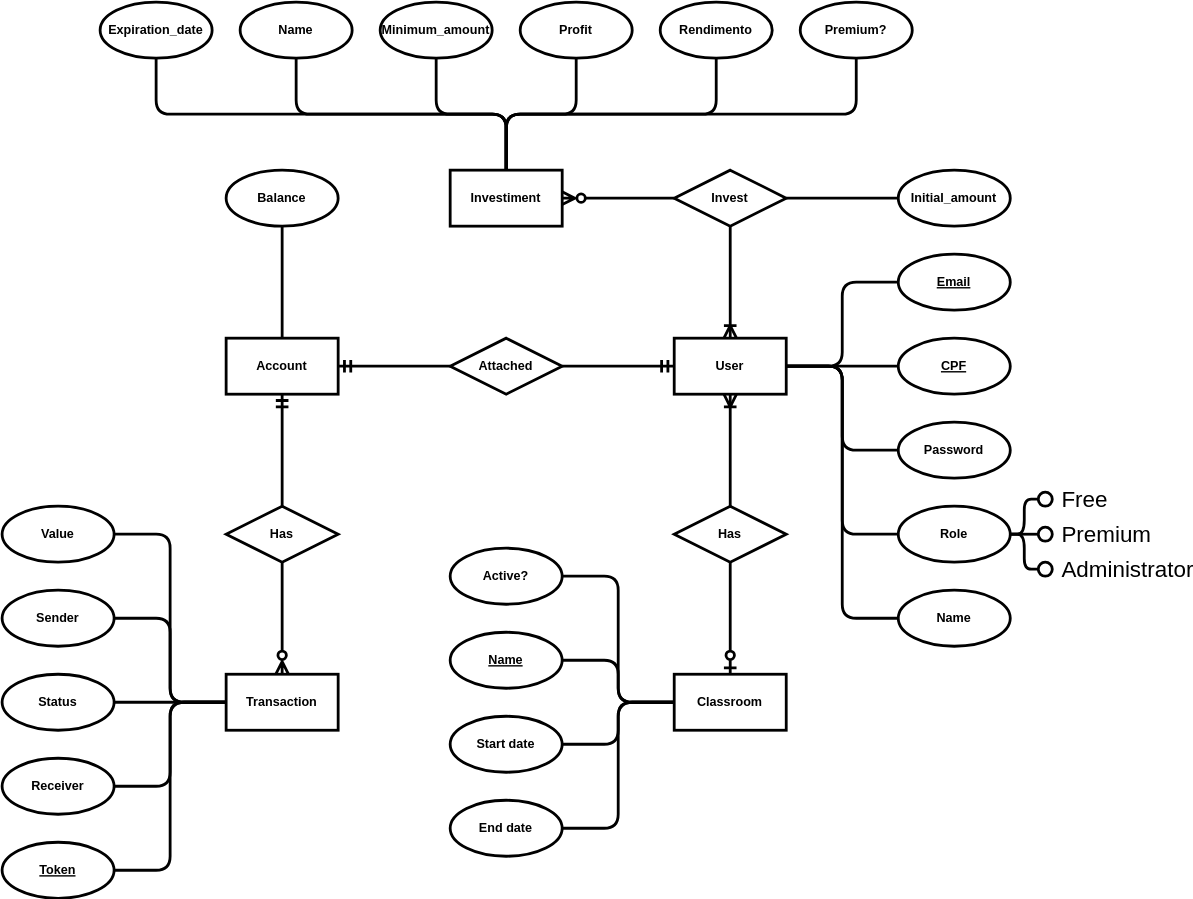
klauslube/Raro-Bank keeps this draw.io diagram as .gitlab/DiagramaRelacional-RaroBank.svg. Above is the earlier version. Source tidied: cells renumbered, new cells last; positions are measured from the earlier drawing's top-left corner, leaving out a move shared by most shapes.
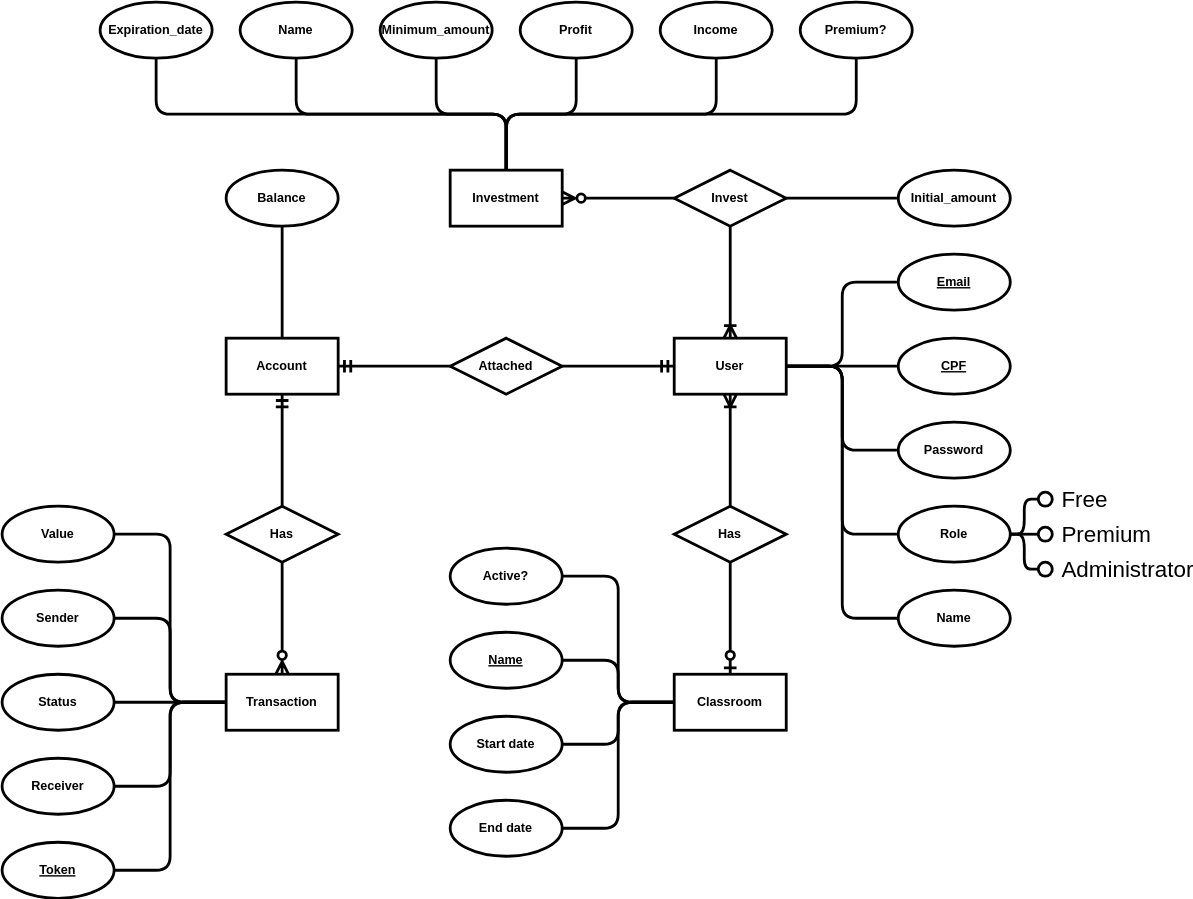
The same diagram one commit later.

Commit message:
docs: corrige escrita de investments e income nos diagramas

Change to the diagram source:
```diff
@@ -8,7 +8,7 @@
     <mxCell id="3" value="Classroom" style="rounded=0;whiteSpace=wrap;html=1;strokeWidth=2;fontStyle=1;labelBackgroundColor=none;labelBorderColor=none;spacingLeft=0;spacingTop=0;spacing=0;fontSize=9;" parent="1" vertex="1">
       <mxGeometry x="480" y="480" width="80" height="40" as="geometry" />
     </mxCell>
-    <mxCell id="4" value="Investiment" style="rounded=0;whiteSpace=wrap;html=1;strokeWidth=2;fontStyle=1;labelBackgroundColor=none;labelBorderColor=none;spacingLeft=0;spacingTop=0;spacing=0;fontSize=9;" parent="1" vertex="1">
+    <mxCell id="4" value="Investment" style="rounded=0;whiteSpace=wrap;html=1;strokeWidth=2;fontStyle=1;labelBackgroundColor=none;labelBorderColor=none;spacingLeft=0;spacingTop=0;spacing=0;fontSize=9;" parent="1" vertex="1">
       <mxGeometry x="320" y="120" width="80" height="40" as="geometry" />
     </mxCell>
     <mxCell id="5" value="Account" style="rounded=0;whiteSpace=wrap;html=1;strokeWidth=2;fontStyle=1;labelBackgroundColor=none;labelBorderColor=none;spacingLeft=0;spacingTop=0;spacing=0;fontSize=9;" parent="1" vertex="1">
@@ -65,7 +65,7 @@
     <mxCell id="22" value="Name" style="ellipse;whiteSpace=wrap;html=1;strokeWidth=2;fontStyle=1;labelBackgroundColor=none;labelBorderColor=none;spacingLeft=0;spacingTop=0;spacing=0;fontSize=9;" parent="1" vertex="1">
       <mxGeometry x="170" width="80" height="40" as="geometry" />
     </mxCell>
-    <mxCell id="23" value="Rendimento" style="ellipse;whiteSpace=wrap;html=1;strokeWidth=2;fontStyle=1;labelBackgroundColor=none;labelBorderColor=none;spacingLeft=0;spacingTop=0;spacing=0;fontSize=9;" parent="1" vertex="1">
+    <mxCell id="23" value="Income" style="ellipse;whiteSpace=wrap;html=1;strokeWidth=2;fontStyle=1;labelBackgroundColor=none;labelBorderColor=none;spacingLeft=0;spacingTop=0;spacing=0;fontSize=9;" parent="1" vertex="1">
       <mxGeometry x="470" width="80" height="40" as="geometry" />
     </mxCell>
     <mxCell id="24" style="endArrow=none;html=1;rounded=1;entryX=0.5;entryY=1;entryDx=0;entryDy=0;exitX=0.5;exitY=0;exitDx=0;exitDy=0;strokeWidth=2;edgeStyle=orthogonalEdgeStyle;endFill=0;jumpStyle=none;fontStyle=1;labelBackgroundColor=none;labelBorderColor=none;spacingLeft=0;spacingTop=0;spacing=0;fontSize=9;" parent="1" edge="1" source="4" target="25">
```
